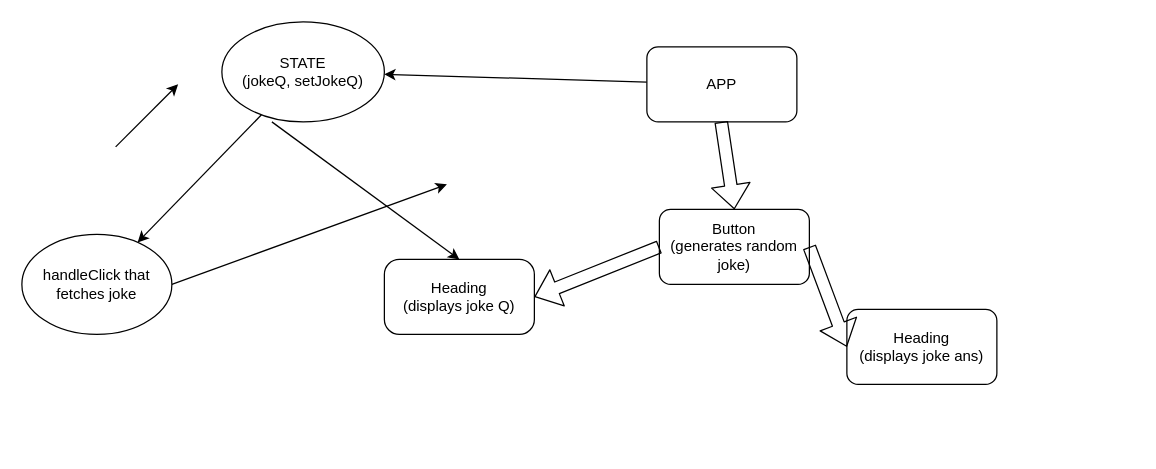
Before: component.drawio in afam-io/w8d5_react-api-hackathon-simran-afam, a draw.io diagram. Source tidied: cells renumbered, new cells numbered last; positions are measured from the earlier drawing's top-left corner, leaving out a move shared by most shapes. Both pictures are drawn from the tidied source at 125%, with x=0, y=0 at pixel (21, 21).
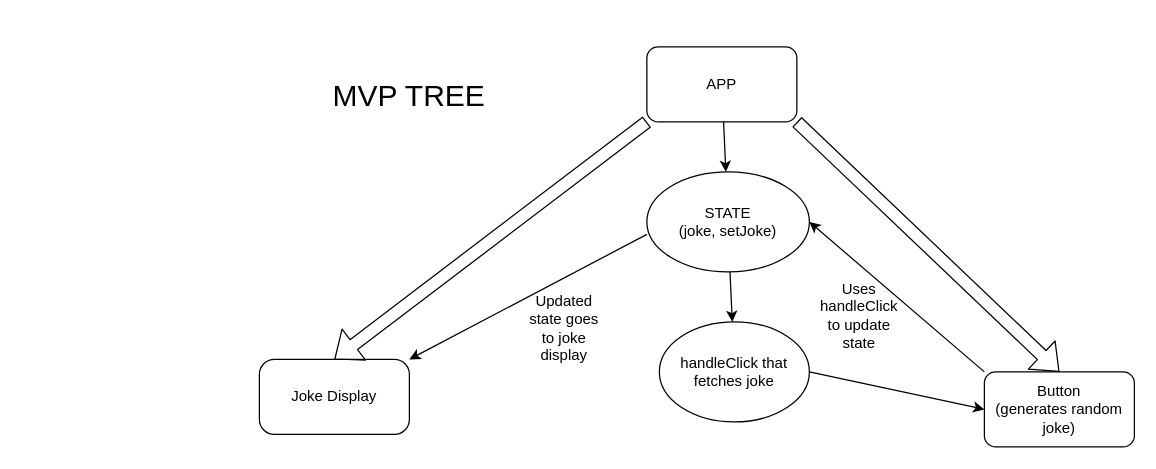
The same page after the edit.

Commit message:
component tree latest

Diff of the diagram source:
```diff
@@
 <mxGraphModel>
   <root>
     <mxCell id="0" />
     <mxCell id="1" parent="0" />
     <mxCell id="2" style="edgeStyle=none;html=1;" parent="1" edge="1" source="3" target="8">
       <mxGeometry relative="1" as="geometry" />
     </mxCell>
     <mxCell id="3" value="APP" style="rounded=1;whiteSpace=wrap;html=1;" parent="1" vertex="1">
       <mxGeometry x="500" y="20" width="120" height="60" as="geometry" />
     </mxCell>
-    <mxCell id="4" value="Heading&lt;br&gt;(displays joke Q)" style="rounded=1;whiteSpace=wrap;html=1;arcSize=20;" parent="1" vertex="1">
-      <mxGeometry x="290" y="190" width="120" height="60" as="geometry" />
+    <mxCell id="4" value="Joke Display" style="rounded=1;whiteSpace=wrap;html=1;arcSize=20;" parent="1" vertex="1">
+      <mxGeometry x="190" y="270" width="120" height="60" as="geometry" />
     </mxCell>
     <mxCell id="5" value="Button&lt;br&gt;(generates random joke)" style="rounded=1;whiteSpace=wrap;html=1;" parent="1" vertex="1">
-      <mxGeometry x="510" y="150" width="120" height="60" as="geometry" />
+      <mxGeometry x="770" y="280" width="120" height="60" as="geometry" />
     </mxCell>
-    <mxCell id="6" value="Heading &lt;br&gt;(displays joke ans)" style="rounded=1;whiteSpace=wrap;html=1;" parent="1" vertex="1">
-      <mxGeometry x="660" y="230" width="120" height="60" as="geometry" />
-    </mxCell>
     <mxCell id="7" style="edgeStyle=none;html=1;" parent="1" edge="1" source="8" target="9">
       <mxGeometry relative="1" as="geometry" />
     </mxCell>
-    <mxCell id="8" value="STATE&lt;br&gt;(jokeQ, setJokeQ)" style="ellipse;whiteSpace=wrap;html=1;" parent="1" vertex="1">
-      <mxGeometry x="160" width="130" height="80" as="geometry" />
+    <mxCell id="8" value="STATE&lt;br&gt;(joke, setJoke)" style="ellipse;whiteSpace=wrap;html=1;" parent="1" vertex="1">
+      <mxGeometry x="500" y="120" width="130" height="80" as="geometry" />
     </mxCell>
     <mxCell id="9" value="handleClick that fetches joke" style="ellipse;whiteSpace=wrap;html=1;" parent="1" vertex="1">
-      <mxGeometry y="170" width="120" height="80" as="geometry" />
+      <mxGeometry x="510" y="240" width="120" height="80" as="geometry" />
     </mxCell>
-    <mxCell id="10" style="endArrow=classic;html=1;exitX=1;exitY=0.5;exitDx=0;exitDy=0;" parent="1" edge="1" source="9">
-      <mxGeometry relative="1" as="geometry">
-        <mxPoint x="340" y="130" as="targetPoint" />
-      </mxGeometry>
+    <mxCell id="10" style="endArrow=classic;html=1;exitX=1;exitY=0.5;exitDx=0;exitDy=0;entryX=0;entryY=0.5;entryDx=0;entryDy=0;" parent="1" edge="1" source="9" target="5">
+      <mxGeometry relative="1" as="geometry" />
     </mxCell>
-    <mxCell id="11" style="shape=flexArrow;endArrow=classic;html=1;exitX=0;exitY=0.5;exitDx=0;exitDy=0;entryX=1;entryY=0.5;entryDx=0;entryDy=0;" parent="1" edge="1" source="5" target="4">
+    <mxCell id="11" style="shape=flexArrow;endArrow=classic;html=1;entryX=0.5;entryY=0;entryDx=0;entryDy=0;exitX=0;exitY=1;exitDx=0;exitDy=0;" parent="1" edge="1" source="3" target="4">
       <mxGeometry relative="1" as="geometry" />
     </mxCell>
-    <mxCell id="12" style="shape=flexArrow;endArrow=classic;html=1;entryX=0;entryY=0.5;entryDx=0;entryDy=0;exitX=1;exitY=0.5;exitDx=0;exitDy=0;" parent="1" edge="1" source="5" target="6">
-      <mxGeometry relative="1" as="geometry" />
-    </mxCell>
-    <mxCell id="13" style="shape=flexArrow;endArrow=classic;html=1;entryX=0.5;entryY=0;entryDx=0;entryDy=0;" parent="1" edge="1" target="5">
-      <mxGeometry relative="1" as="geometry">
-        <mxPoint x="559.5" y="80" as="sourcePoint" />
-      </mxGeometry>
+    <mxCell id="13" style="shape=flexArrow;endArrow=classic;html=1;entryX=0.5;entryY=0;entryDx=0;entryDy=0;exitX=1;exitY=1;exitDx=0;exitDy=0;" parent="1" edge="1" source="3" target="5">
+      <mxGeometry relative="1" as="geometry" />
     </mxCell>
-    <mxCell id="14" style="endArrow=classic;html=1;" parent="1" edge="1">
-      <mxGeometry relative="1" as="geometry">
-        <mxPoint x="75" y="100" as="sourcePoint" />
-        <mxPoint x="125" y="50" as="targetPoint" />
-      </mxGeometry>
+    <mxCell id="14" style="endArrow=classic;html=1;entryX=1;entryY=0.5;entryDx=0;entryDy=0;exitX=0;exitY=0;exitDx=0;exitDy=0;" parent="1" edge="1" source="5" target="8">
+      <mxGeometry relative="1" as="geometry" />
     </mxCell>
-    <mxCell id="15" style="endArrow=classic;html=1;entryX=0.5;entryY=0;entryDx=0;entryDy=0;" parent="1" edge="1" target="4">
-      <mxGeometry relative="1" as="geometry">
-        <mxPoint x="200" y="80" as="sourcePoint" />
-      </mxGeometry>
-    </mxCell>
+    <mxCell id="16" style="endArrow=classic;html=1;entryX=1;entryY=0;entryDx=0;entryDy=0;" parent="1" edge="1" target="4">
+      <mxGeometry relative="1" as="geometry">
+        <mxPoint x="500" y="170" as="sourcePoint" />
+      </mxGeometry>
+    </mxCell>
+    <mxCell id="17" value="Uses handleClick to update state" style="text;html=1;strokeColor=none;fillColor=none;align=center;verticalAlign=middle;whiteSpace=wrap;rounded=0;" parent="1" vertex="1">
+      <mxGeometry x="640" y="220" width="60" height="30" as="geometry" />
+    </mxCell>
+    <mxCell id="18" value="Updated state goes to joke display" style="text;html=1;strokeColor=none;fillColor=none;align=center;verticalAlign=middle;whiteSpace=wrap;rounded=0;" parent="1" vertex="1">
+      <mxGeometry x="404" y="230" width="60" height="30" as="geometry" />
+    </mxCell>
+    <mxCell id="19" value="&lt;font style=&quot;font-size: 24px&quot;&gt;MVP TREE&lt;/font&gt;" style="text;html=1;strokeColor=none;fillColor=none;align=center;verticalAlign=middle;whiteSpace=wrap;rounded=0;" parent="1" vertex="1">
+      <mxGeometry x="220" y="10" width="180" height="100" as="geometry" />
+    </mxCell>
   </root>
 </mxGraphModel>
```
